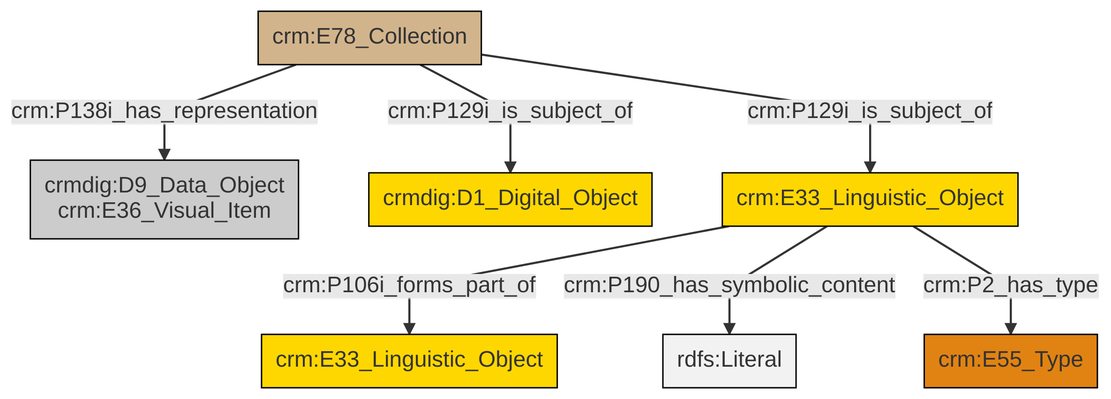
Before: et/archivalCSV/ttl/mmd/png/archival_docs.png, a diagram exported from Mermaid (swiss-art-research-net/docs.swissartresearch). Its source is kept beside it as et/archivalCSV/ttl/mmd/archival_docs.ttl.mmd.
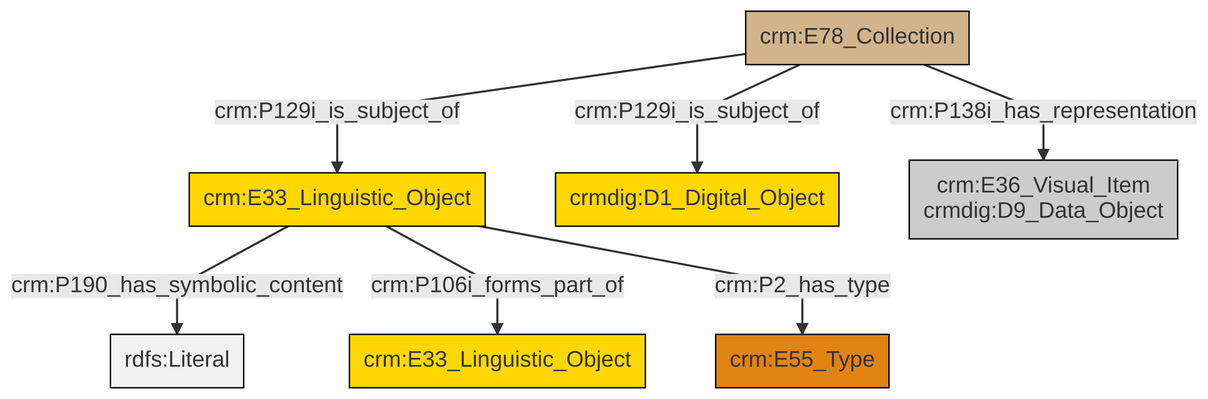
Later version of the same file.

The edit, as a diff of the source:
```diff
@@ -13,9 +13,9 @@
 classDef PC_Classes fill:#4ce600, stroke:#000000;
 classDef Multi fill:#cccccc,stroke:#000000;
 
+0["crm:E33_Linguistic_Object"]:::Conceptual_Object -->|crm:P190_has_symbolic_content| 1[rdfs:Literal]:::Literal
 2["crm:E78_Collection"]:::Physical_Thing -->|crm:P129i_is_subject_of| 3["crmdig:D1_Digital_Object"]:::Conceptual_Object
-2["crm:E78_Collection"]:::Physical_Thing -->|crm:P129i_is_subject_of| 4["crm:E33_Linguistic_Object"]:::Conceptual_Object
-4["crm:E33_Linguistic_Object"]:::Conceptual_Object -->|crm:P106i_forms_part_of| 5["crm:E33_Linguistic_Object"]:::Conceptual_Object
-2["crm:E78_Collection"]:::Physical_Thing -->|crm:P138i_has_representation| 0["crmdig:D9_Data_Object<br>crm:E36_Visual_Item"]:::Multi
-4["crm:E33_Linguistic_Object"]:::Conceptual_Object -->|crm:P190_has_symbolic_content| 13[rdfs:Literal]:::Literal
-4["crm:E33_Linguistic_Object"]:::Conceptual_Object -->|crm:P2_has_type| 6["crm:E55_Type"]:::Type
+0["crm:E33_Linguistic_Object"]:::Conceptual_Object -->|crm:P106i_forms_part_of| 4["crm:E33_Linguistic_Object"]:::Conceptual_Object
+2["crm:E78_Collection"]:::Physical_Thing -->|crm:P138i_has_representation| 5["crm:E36_Visual_Item<br>crmdig:D9_Data_Object"]:::Multi
+2["crm:E78_Collection"]:::Physical_Thing -->|crm:P129i_is_subject_of| 0["crm:E33_Linguistic_Object"]:::Conceptual_Object
+0["crm:E33_Linguistic_Object"]:::Conceptual_Object -->|crm:P2_has_type| 9["crm:E55_Type"]:::Type
```
